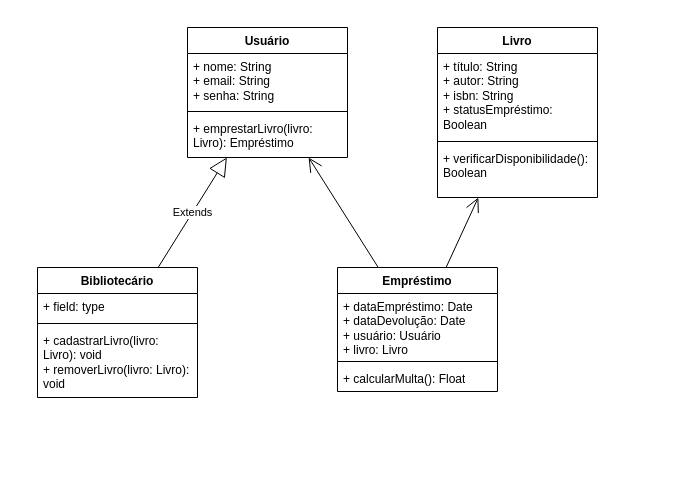
Above: page "Biblioteca" (1 of 2) of Diagrama de Classes.drawio in Guilherme-Domingos/Draw.io (draw.io), before the change. Source tidied: cells renumbered, new cells numbered last; positions are measured from the earlier drawing's top-left corner, leaving out a move shared by most shapes. Both pictures are drawn from the tidied source at 100%, with x=0, y=0 at pixel (37, 27).
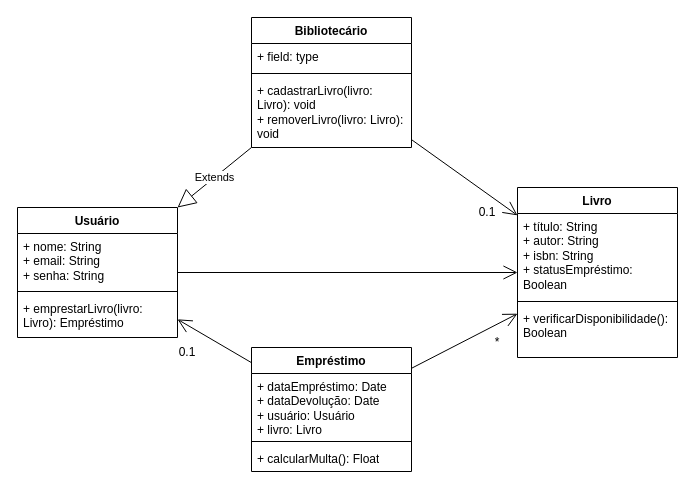
Above is the later version.

Diff of the diagram source:
```diff
@@
     <mxCell id="2" value="Usuário" style="swimlane;fontStyle=1;align=center;verticalAlign=top;horizontal=1;startSize=26;whiteSpace=wrap;html=1;" parent="1" vertex="1">
-      <mxGeometry x="150" width="160" height="130" as="geometry" />
+      <mxGeometry x="-20" y="180" width="160" height="130" as="geometry" />
     </mxCell>
@@
     <mxCell id="6" value="Bibliotecário" style="swimlane;fontStyle=1;align=center;verticalAlign=top;horizontal=1;startSize=26;whiteSpace=wrap;html=1;" parent="1" vertex="1">
-      <mxGeometry y="240" width="160" height="130" as="geometry" />
+      <mxGeometry x="214" y="-10" width="160" height="130" as="geometry" />
     </mxCell>
@@
     <mxCell id="11" value="Livro" style="swimlane;fontStyle=1;align=center;verticalAlign=top;horizontal=1;startSize=26;whiteSpace=wrap;html=1;" parent="1" vertex="1">
-      <mxGeometry x="400" width="160" height="170" as="geometry" />
+      <mxGeometry x="480" y="160" width="160" height="170" as="geometry" />
     </mxCell>
@@
     <mxCell id="15" value="Empréstimo" style="swimlane;fontStyle=1;align=center;verticalAlign=top;horizontal=1;startSize=26;whiteSpace=wrap;html=1;" parent="1" vertex="1">
-      <mxGeometry x="300" y="240" width="160" height="124" as="geometry" />
+      <mxGeometry x="214" y="320" width="160" height="124" as="geometry" />
     </mxCell>
@@
+    <mxCell id="20" style="endArrow=open;endFill=1;endSize=12;html=1;rounded=0;" parent="1" edge="1" source="15" target="11">
+      <mxGeometry relative="1" as="geometry" />
+    </mxCell>
+    <mxCell id="21" style="endArrow=open;endFill=1;endSize=12;html=1;rounded=0;" parent="1" edge="1" source="2" target="11">
+      <mxGeometry relative="1" as="geometry" />
+    </mxCell>
+    <mxCell id="22" style="endArrow=open;endFill=1;endSize=12;html=1;rounded=0;" parent="1" edge="1" source="6" target="11">
+      <mxGeometry relative="1" as="geometry" />
+    </mxCell>
@@
-    <mxCell id="20" style="endArrow=open;endFill=1;endSize=12;html=1;rounded=0;" parent="1" edge="1" source="15" target="11">
-      <mxGeometry relative="1" as="geometry" />
-    </mxCell>
+    <mxCell id="23" value="0.1" style="text;html=1;align=center;verticalAlign=middle;whiteSpace=wrap;rounded=0;" parent="1" vertex="1">
+      <mxGeometry x="120" y="310" width="60" height="30" as="geometry" />
+    </mxCell>
+    <mxCell id="24" value="0.1" style="text;html=1;align=center;verticalAlign=middle;whiteSpace=wrap;rounded=0;" parent="1" vertex="1">
+      <mxGeometry x="420" y="170" width="60" height="30" as="geometry" />
+    </mxCell>
+    <mxCell id="25" value="*" style="text;html=1;align=center;verticalAlign=middle;whiteSpace=wrap;rounded=0;" parent="1" vertex="1">
+      <mxGeometry x="430" y="300" width="60" height="30" as="geometry" />
+    </mxCell>
```
